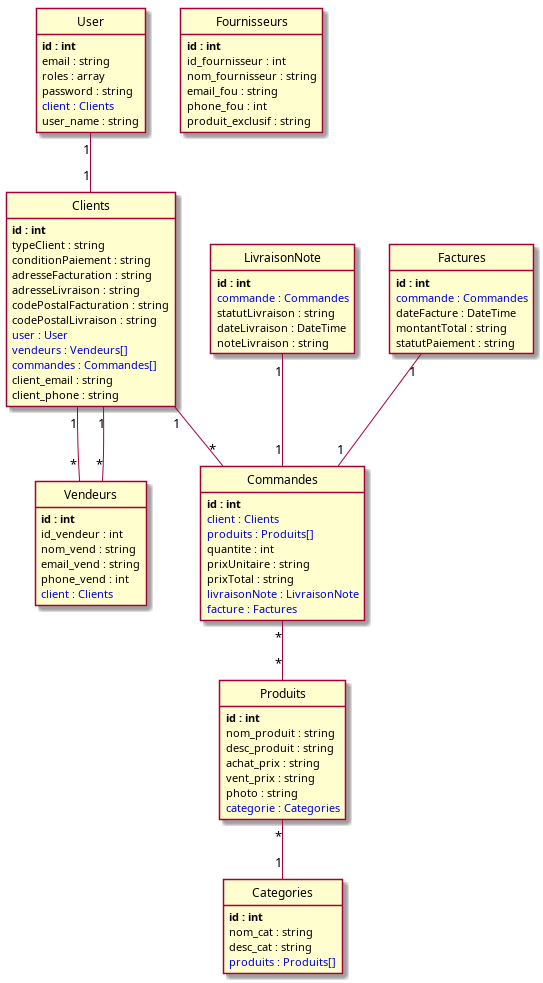
The PlantUML diagram puml/index.png in NasiraNaiby/sf_green_village_v2, before a commit. Its source is kept beside it as puml/index.puml.
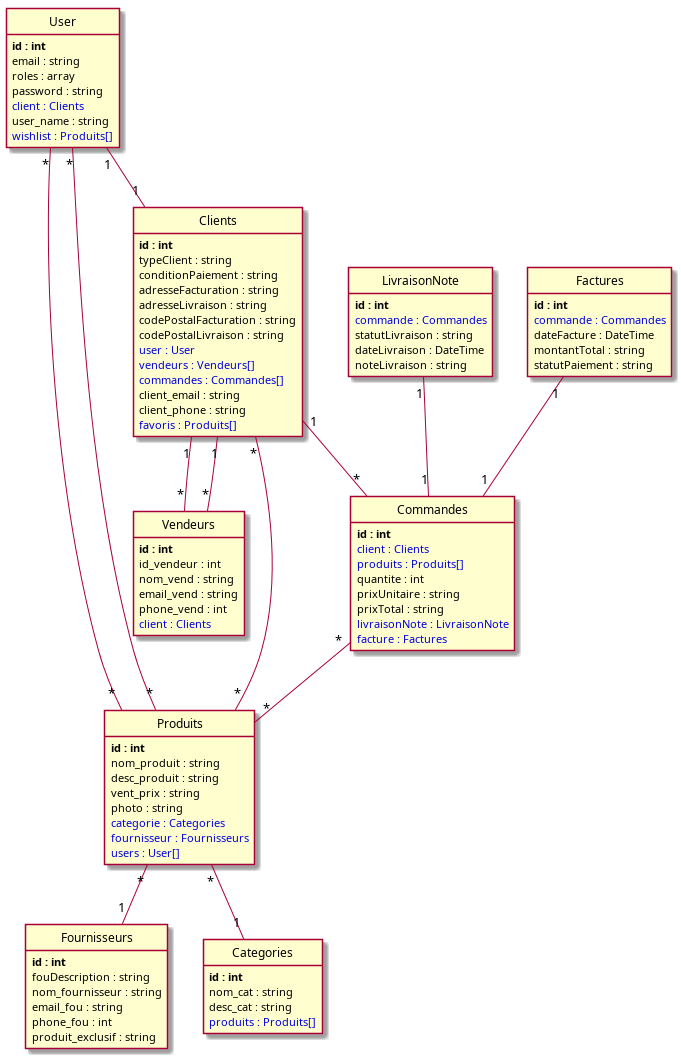
Later version of the same file.

Change to the diagram source:
```diff
@@ -6,6 +6,7 @@
 	password : string
 	<color:#0000dd>client : Clients</color>
 	user_name : string
+	<color:#0000dd>wishlist : Produits[]</color>
 }
 
 class Vendeurs {
@@ -21,10 +22,11 @@
 	**id : int**
 	nom_produit : string
 	desc_produit : string
-	achat_prix : string
 	vent_prix : string
 	photo : string
 	<color:#0000dd>categorie : Categories</color>
+	<color:#0000dd>fournisseur : Fournisseurs</color>
+	<color:#0000dd>users : User[]</color>
 }
 
 class LivraisonNote {
@@ -48,6 +50,7 @@
 	<color:#0000dd>commandes : Commandes[]</color>
 	client_email : string
 	client_phone : string
+	<color:#0000dd>favoris : Produits[]</color>
 }
 
 class Factures {
@@ -60,7 +63,7 @@
 
 class Fournisseurs {
 	**id : int**
-	id_fournisseur : int
+	fouDescription : string
 	nom_fournisseur : string
 	email_fou : string
 	phone_fou : int
@@ -86,11 +89,15 @@
 }
 
 User "1"--"1" Clients
+User "*"--"*" Produits
 Vendeurs "*"--"1" Clients
 Produits "*"--"1" Categories
+Produits "*"--"1" Fournisseurs
+Produits "*"--"*" User
 LivraisonNote "1"--"1" Commandes
 Clients "1"--"*" Vendeurs
 Clients "1"--"*" Commandes
+Clients "*"--"*" Produits
 Factures "1"--"1" Commandes
 Commandes "*"--"*" Produits
 
```
